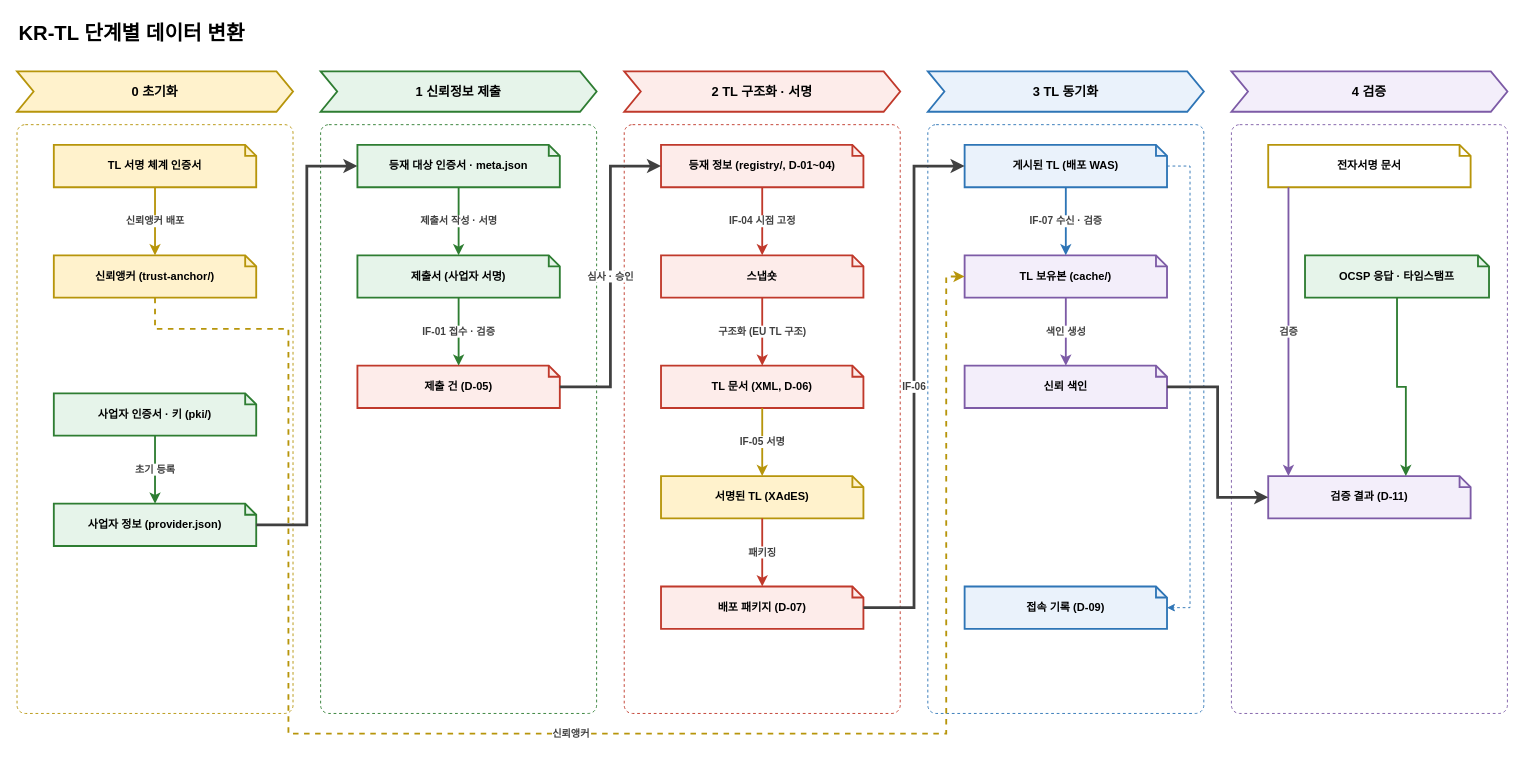
This is docs/design/KR-TL-관리시스템/diagrams/krtl-dataflow.drawio from yongsungkim-electcerti/kr-dss, a draw.io file, before an edit. Source tidied: cells renumbered, new cells numbered last; positions are measured from the earlier drawing's top-left corner, leaving out a move shared by most shapes. Both pictures are drawn from the tidied source at 92%, with x=0, y=0 at pixel (17, 16).
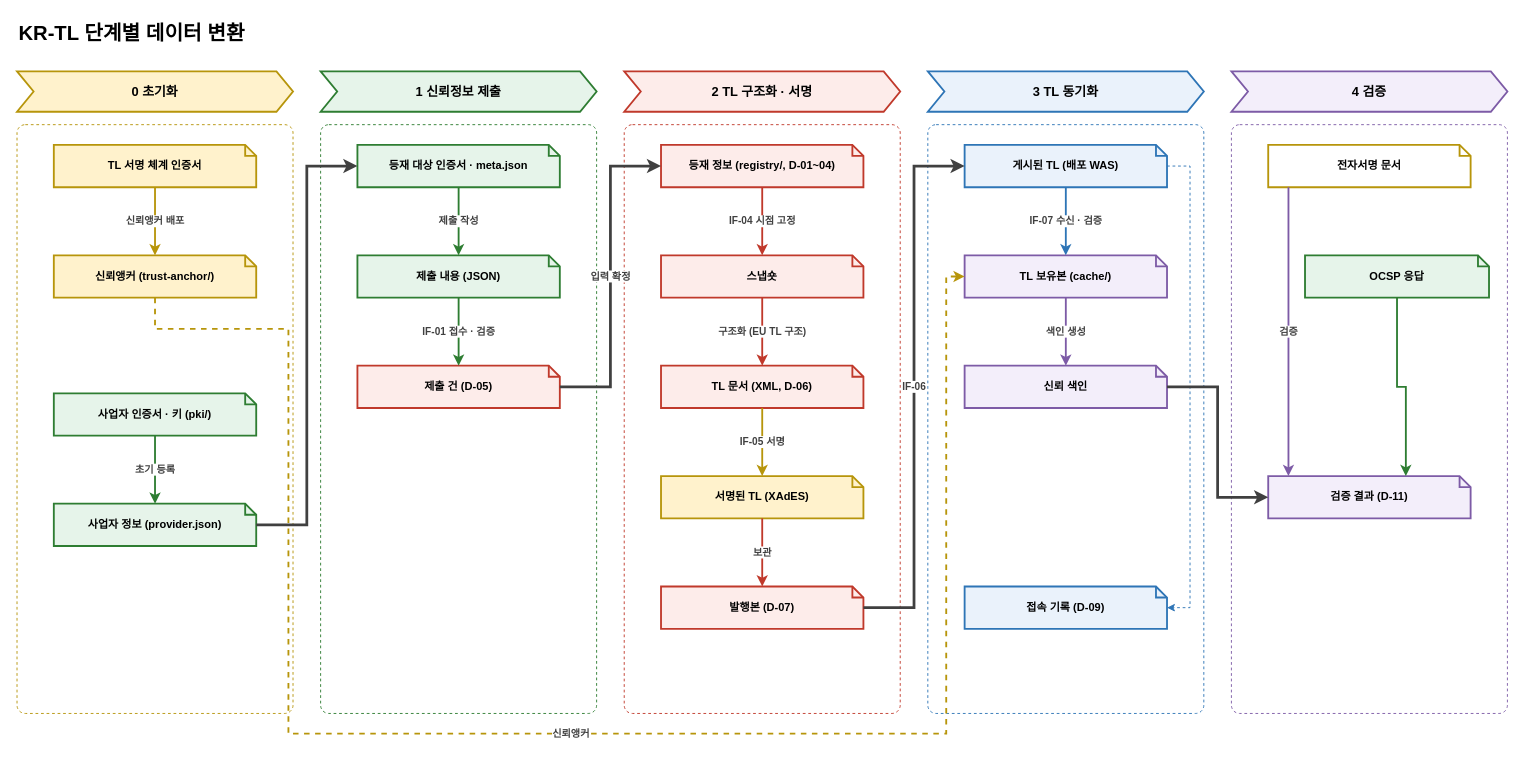
After the change.

The change refers to these unchanged cells:
```xml
<mxCell id="19" value="등재 대상 인증서 · meta.json" style="shape=note;size=12;whiteSpace=wrap;html=1;fillColor=#e6f4ea;strokeColor=#2e7d32;strokeWidth=2;fontStyle=1;fontSize=12;" parent="1" vertex="1">
  <mxGeometry x="370" y="140" width="220" height="46" as="geometry" />
</mxCell>
<mxCell id="21" value="제출 건 (D-05)" style="shape=note;size=12;whiteSpace=wrap;html=1;fillColor=#fdecea;strokeColor=#c0392b;strokeWidth=2;fontStyle=1;fontSize=12;" parent="1" vertex="1">
  <mxGeometry x="370" y="380" width="220" height="46" as="geometry" />
</mxCell>
<mxCell id="24" value="등재 정보 (registry/, D-01~04)" style="shape=note;size=12;whiteSpace=wrap;html=1;fillColor=#fdecea;strokeColor=#c0392b;strokeWidth=2;fontStyle=1;fontSize=12;" parent="1" vertex="1">
  <mxGeometry x="700" y="140" width="220" height="46" as="geometry" />
</mxCell>
<mxCell id="27" value="서명된 TL (XAdES)" style="shape=note;size=12;whiteSpace=wrap;html=1;fillColor=#fff2cc;strokeColor=#b7950b;strokeWidth=2;fontStyle=1;fontSize=12;" parent="1" vertex="1">
  <mxGeometry x="700" y="500" width="220" height="46" as="geometry" />
</mxCell>
```

What changed in the source:
```diff
@@
-    <mxCell id="20" value="제출서 (사업자 서명)" style="shape=note;size=12;whiteSpace=wrap;html=1;fillColor=#e6f4ea;strokeColor=#2e7d32;strokeWidth=2;fontStyle=1;fontSize=12;" parent="1" vertex="1">
+    <mxCell id="20" value="제출 내용 (JSON)" style="shape=note;size=12;whiteSpace=wrap;html=1;fillColor=#e6f4ea;strokeColor=#2e7d32;strokeWidth=2;fontStyle=1;fontSize=12;" parent="1" vertex="1">
       <mxGeometry x="370" y="260" width="220" height="46" as="geometry" />
     </mxCell>
@@
-    <mxCell id="22" value="제출서 작성 · 서명" style="edgeStyle=orthogonalEdgeStyle;rounded=0;html=1;fontSize=11;fontStyle=1;fontColor=#404040;labelBackgroundColor=#ffffff;strokeColor=#2e7d32;strokeWidth=2;exitX=0.5;exitY=1;entryX=0.5;entryY=0;" parent="1" edge="1" source="19" target="20">
+    <mxCell id="22" value="제출 작성" style="edgeStyle=orthogonalEdgeStyle;rounded=0;html=1;fontSize=11;fontStyle=1;fontColor=#404040;labelBackgroundColor=#ffffff;strokeColor=#2e7d32;strokeWidth=2;exitX=0.5;exitY=1;entryX=0.5;entryY=0;" parent="1" edge="1" source="19" target="20">
       <mxGeometry relative="1" as="geometry" />
     </mxCell>
@@
-    <mxCell id="28" value="배포 패키지 (D-07)" style="shape=note;size=12;whiteSpace=wrap;html=1;fillColor=#fdecea;strokeColor=#c0392b;strokeWidth=2;fontStyle=1;fontSize=12;" parent="1" vertex="1">
+    <mxCell id="28" value="발행본 (D-07)" style="shape=note;size=12;whiteSpace=wrap;html=1;fillColor=#fdecea;strokeColor=#c0392b;strokeWidth=2;fontStyle=1;fontSize=12;" parent="1" vertex="1">
       <mxGeometry x="700" y="620" width="220" height="46" as="geometry" />
     </mxCell>
@@
-    <mxCell id="32" value="패키징" style="edgeStyle=orthogonalEdgeStyle;rounded=0;html=1;fontSize=11;fontStyle=1;fontColor=#404040;labelBackgroundColor=#ffffff;strokeColor=#c0392b;strokeWidth=2;exitX=0.5;exitY=1;entryX=0.5;entryY=0;" parent="1" edge="1" source="27" target="28">
+    <mxCell id="32" value="보관" style="edgeStyle=orthogonalEdgeStyle;rounded=0;html=1;fontSize=11;fontStyle=1;fontColor=#404040;labelBackgroundColor=#ffffff;strokeColor=#c0392b;strokeWidth=2;exitX=0.5;exitY=1;entryX=0.5;entryY=0;" parent="1" edge="1" source="27" target="28">
       <mxGeometry relative="1" as="geometry" />
     </mxCell>
@@
-    <mxCell id="41" value="OCSP 응답 · 타임스탬프" style="shape=note;size=12;whiteSpace=wrap;html=1;fillColor=#e6f4ea;strokeColor=#2e7d32;strokeWidth=2;fontStyle=1;fontSize=12;" parent="1" vertex="1">
+    <mxCell id="41" value="OCSP 응답" style="shape=note;size=12;whiteSpace=wrap;html=1;fillColor=#e6f4ea;strokeColor=#2e7d32;strokeWidth=2;fontStyle=1;fontSize=12;" parent="1" vertex="1">
       <mxGeometry x="1400" y="260" width="200" height="46" as="geometry" />
     </mxCell>
@@
-    <mxCell id="46" value="심사 · 승인" style="edgeStyle=orthogonalEdgeStyle;rounded=0;html=1;fontSize=11;fontStyle=1;fontColor=#404040;labelBackgroundColor=#ffffff;strokeColor=#404040;strokeWidth=3;exitX=1;exitY=0.5;entryX=0;entryY=0.5;" parent="1" edge="1" source="21" target="24">
+    <mxCell id="46" value="입력 확정" style="edgeStyle=orthogonalEdgeStyle;rounded=0;html=1;fontSize=11;fontStyle=1;fontColor=#404040;labelBackgroundColor=#ffffff;strokeColor=#404040;strokeWidth=3;exitX=1;exitY=0.5;entryX=0;entryY=0.5;" parent="1" edge="1" source="21" target="24">
       <mxGeometry relative="1" as="geometry">
         <Array as="points">
           <mxPoint x="645" y="403" />
           <mxPoint x="645" y="163" />
         </Array>
       </mxGeometry>
     </mxCell>
```
